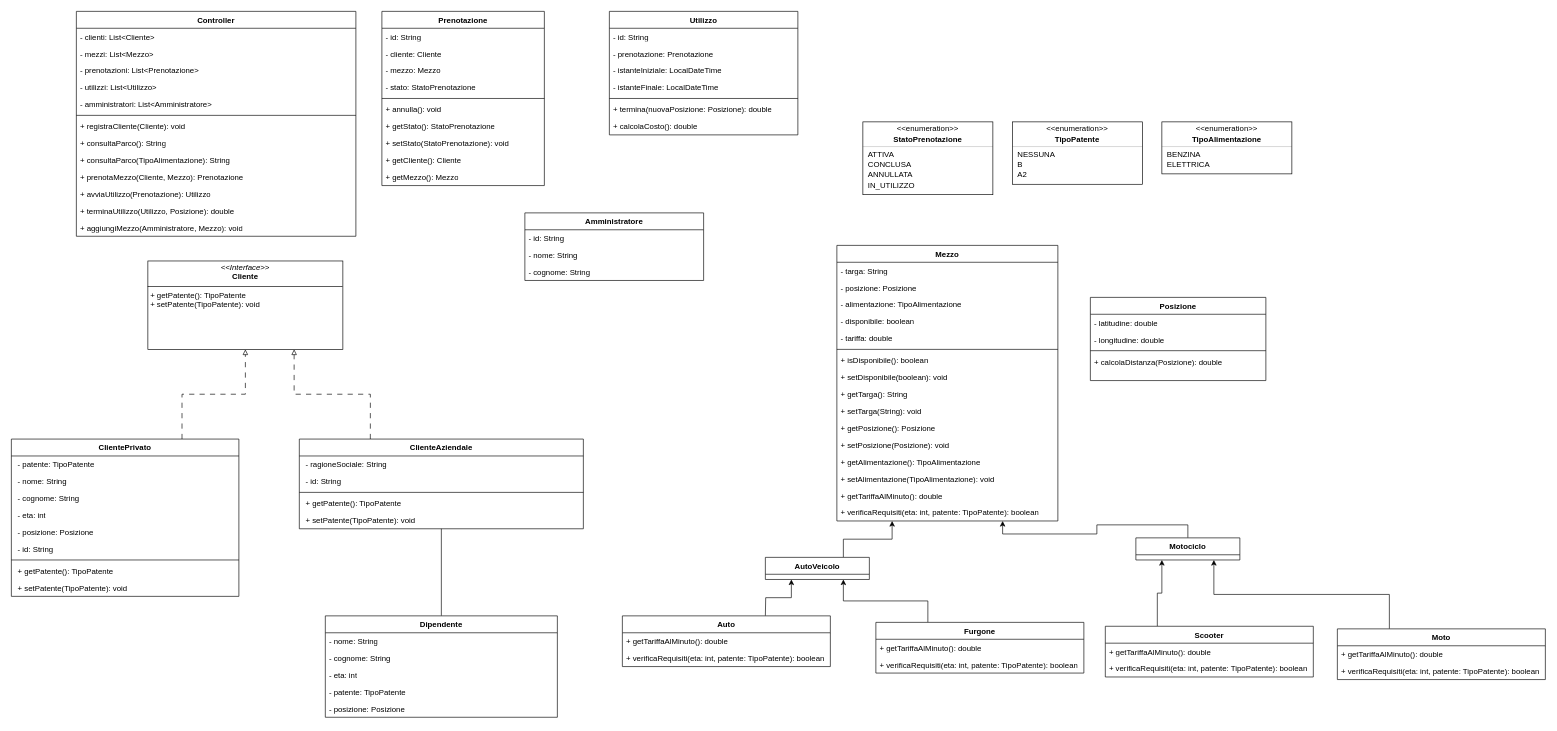
Earlier version of the draw.io diagram docs/sorgenti/ProgettoBikar.drawio (mattiaviola/ProgettoBikar). Source tidied: cells renumbered, new cells numbered last; positions are measured from the earlier drawing's top-left corner, leaving out a move shared by most shapes. Both pictures are drawn from the tidied source at 65%, with x=0, y=0 at pixel (11, 11).
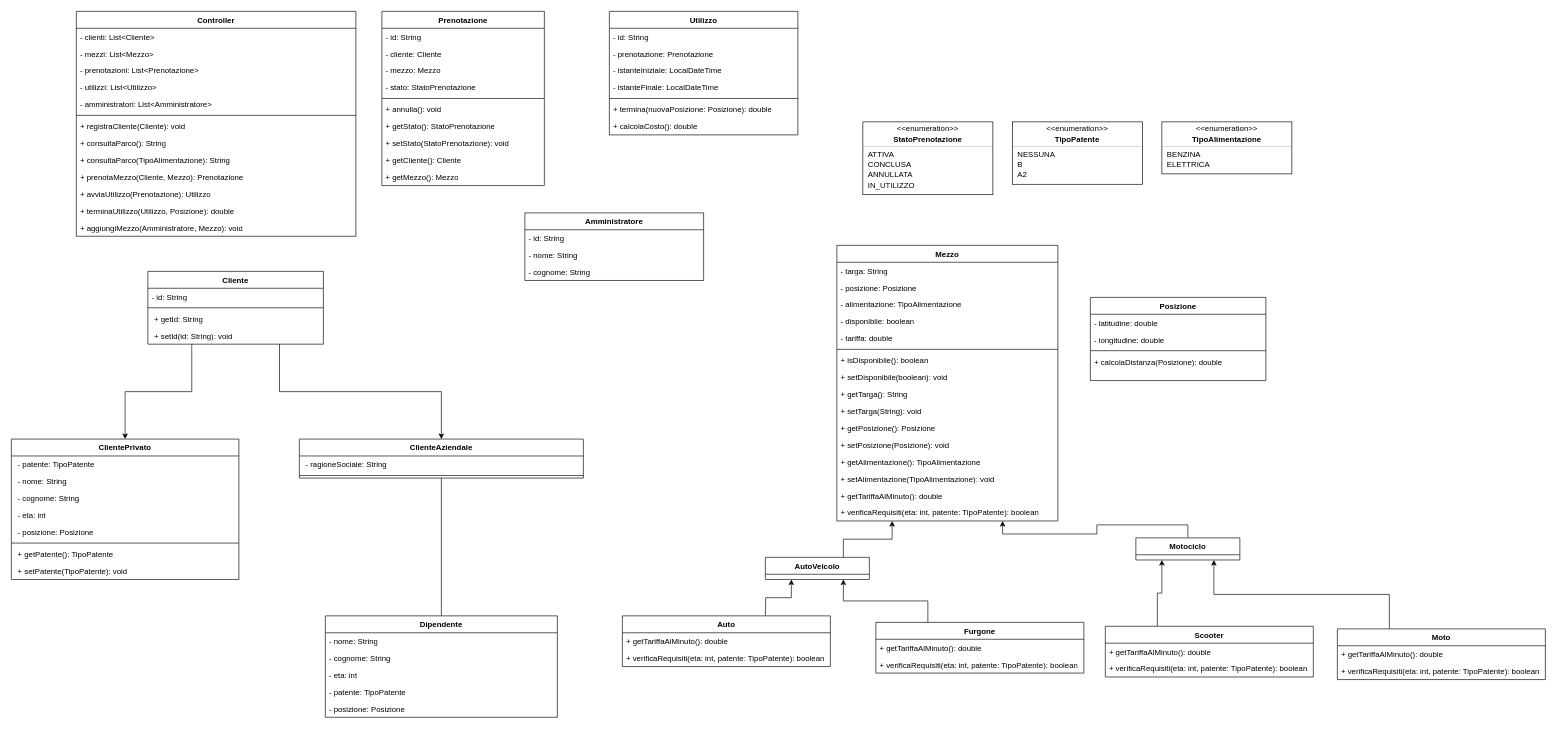
Above is the later version.

Commit message (it also covers changes not shown here):
SPRINT 2 - DIAGRAMMA DELLE CLASSI: modifica alla parte dei clienti. Rimossa interface Cliente, diventa classe astratta.

What changed in the source:
```diff
@@
-    <mxCell id="55" value="&lt;p style=&quot;margin:0px;margin-top:4px;text-align:center;&quot;&gt;&lt;i&gt;&amp;lt;&amp;lt;Interface&amp;gt;&amp;gt;&lt;/i&gt;&lt;br&gt;&lt;b&gt;Cliente&lt;/b&gt;&lt;/p&gt;&lt;hr size=&quot;1&quot; style=&quot;border-style:solid;&quot;&gt;&lt;p style=&quot;margin:0px;margin-left:4px;&quot;&gt;&lt;span style=&quot;background-color: transparent; color: light-dark(#000000, var(--ge-light-color, #ffffff));&quot;&gt;+ getPatente(): TipoPatente&lt;/span&gt;&lt;/p&gt;&lt;p style=&quot;margin:0px;margin-left:4px;&quot;&gt;+ setPatente(TipoPatente): void&lt;/p&gt;" style="verticalAlign=top;align=left;overflow=fill;html=1;whiteSpace=wrap;" parent="1" vertex="1">
-      <mxGeometry x="210" y="384" width="300" height="136" as="geometry" />
-    </mxCell>
-    <mxCell id="56" style="edgeStyle=orthogonalEdgeStyle;rounded=0;jettySize=auto;html=1;exitX=0.75;exitY=0;exitDx=0;exitDy=0;defaultLabelBackgroundColor=page;labelPadding=0 4;dashed=1;dashPattern=8 8;endArrow=block;endFill=0;" parent="1" edge="1" source="57" target="55">
-      <mxGeometry relative="1" as="geometry" />
-    </mxCell>
     <mxCell id="57" value="ClientePrivato" style="swimlane;fontStyle=1;align=center;verticalAlign=top;horizontal=1;startSize=26;whiteSpace=wrap;html=1;" parent="1" vertex="1">
-      <mxGeometry y="658" width="350" height="242" as="geometry" />
+      <mxGeometry y="658" width="350" height="216" as="geometry" />
     </mxCell>
@@
-    <mxCell id="63" value="&lt;p style=&quot;margin: 0px 0px 0px 4px;&quot;&gt;- id: String&lt;/p&gt;" style="text;strokeColor=none;fillColor=none;align=left;verticalAlign=top;spacingLeft=4;spacingRight=4;overflow=hidden;whiteSpace=wrap;html=1;" parent="57" vertex="1">
-      <mxGeometry y="156" width="350" height="26" as="geometry" />
-    </mxCell>
     <mxCell id="64" style="line;strokeWidth=1;fillColor=none;align=left;verticalAlign=middle;spacingTop=-1;spacingLeft=3;spacingRight=3;labelPosition=right;strokeColor=inherit;labelPerimeter=1;" parent="57" vertex="1">
-      <mxGeometry y="182" width="350" height="8" as="geometry" />
+      <mxGeometry y="156" width="350" height="8" as="geometry" />
     </mxCell>
     <mxCell id="65" value="&lt;p style=&quot;margin: 0px 0px 0px 4px;&quot;&gt;+ getPatente(): TipoPatente&lt;/p&gt;" style="text;strokeColor=none;fillColor=none;align=left;verticalAlign=top;spacingLeft=4;spacingRight=4;overflow=hidden;whiteSpace=wrap;html=1;" parent="57" vertex="1">
-      <mxGeometry y="190" width="350" height="26" as="geometry" />
+      <mxGeometry y="164" width="350" height="26" as="geometry" />
     </mxCell>
     <mxCell id="66" value="&lt;p style=&quot;margin: 0px 0px 0px 4px;&quot;&gt;+ setPatente(TipoPatente): void&lt;/p&gt;" style="text;strokeColor=none;fillColor=none;align=left;verticalAlign=top;spacingLeft=4;spacingRight=4;overflow=hidden;whiteSpace=wrap;html=1;" parent="57" vertex="1">
-      <mxGeometry y="216" width="350" height="26" as="geometry" />
+      <mxGeometry y="190" width="350" height="26" as="geometry" />
     </mxCell>
-    <mxCell id="67" style="edgeStyle=orthogonalEdgeStyle;rounded=0;jettySize=auto;html=1;exitX=0.25;exitY=0;exitDx=0;exitDy=0;defaultLabelBackgroundColor=page;labelPadding=0 4;entryX=0.75;entryY=1;entryDx=0;entryDy=0;dashed=1;dashPattern=8 8;endArrow=block;endFill=0;" parent="1" edge="1" source="69" target="55">
-      <mxGeometry relative="1" as="geometry" />
-    </mxCell>
@@
     <mxCell id="69" value="ClienteAziendale" style="swimlane;fontStyle=1;align=center;verticalAlign=top;horizontal=1;startSize=26;whiteSpace=wrap;html=1;" parent="1" vertex="1">
-      <mxGeometry x="443" y="658" width="437" height="138" as="geometry" />
+      <mxGeometry x="443" y="658" width="437" height="60" as="geometry" />
     </mxCell>
@@
-    <mxCell id="71" value="&lt;p style=&quot;margin: 0px 0px 0px 4px;&quot;&gt;- id: String&lt;/p&gt;" style="text;strokeColor=none;fillColor=none;align=left;verticalAlign=top;spacingLeft=4;spacingRight=4;overflow=hidden;whiteSpace=wrap;html=1;" parent="69" vertex="1">
-      <mxGeometry y="52" width="437" height="26" as="geometry" />
-    </mxCell>
     <mxCell id="72" style="line;strokeWidth=1;fillColor=none;align=left;verticalAlign=middle;spacingTop=-1;spacingLeft=3;spacingRight=3;labelPosition=right;strokeColor=inherit;labelPerimeter=1;" parent="69" vertex="1">
-      <mxGeometry y="78" width="437" height="8" as="geometry" />
+      <mxGeometry y="52" width="437" height="8" as="geometry" />
     </mxCell>
-    <mxCell id="73" value="&lt;p style=&quot;margin: 0px 0px 0px 4px;&quot;&gt;+ getPatente(): TipoPatente&lt;/p&gt;" style="text;strokeColor=none;fillColor=none;align=left;verticalAlign=top;spacingLeft=4;spacingRight=4;overflow=hidden;whiteSpace=wrap;html=1;" parent="69" vertex="1">
-      <mxGeometry y="86" width="437" height="26" as="geometry" />
-    </mxCell>
-    <mxCell id="74" value="&lt;p style=&quot;margin: 0px 0px 0px 4px;&quot;&gt;+ setPatente(TipoPatente): void&lt;/p&gt;" style="text;strokeColor=none;fillColor=none;align=left;verticalAlign=top;spacingLeft=4;spacingRight=4;overflow=hidden;whiteSpace=wrap;html=1;" parent="69" vertex="1">
-      <mxGeometry y="112" width="437" height="26" as="geometry" />
-    </mxCell>
@@
+    <mxCell id="131" style="edgeStyle=orthogonalEdgeStyle;rounded=0;jettySize=auto;html=1;exitX=0.25;exitY=1;exitDx=0;exitDy=0;entryX=0.5;entryY=0;entryDx=0;entryDy=0;defaultLabelBackgroundColor=page;labelPadding=0 4;" parent="1" edge="1" source="133" target="57">
+      <mxGeometry relative="1" as="geometry" />
+    </mxCell>
+    <mxCell id="132" style="edgeStyle=orthogonalEdgeStyle;rounded=0;jettySize=auto;html=1;exitX=0.75;exitY=1;exitDx=0;exitDy=0;entryX=0.5;entryY=0;entryDx=0;entryDy=0;defaultLabelBackgroundColor=page;labelPadding=0 4;" parent="1" edge="1" source="133" target="69">
+      <mxGeometry relative="1" as="geometry" />
+    </mxCell>
+    <mxCell id="133" value="Cliente" style="swimlane;fontStyle=1;align=center;verticalAlign=top;horizontal=1;startSize=26;whiteSpace=wrap;html=1;" parent="1" vertex="1">
+      <mxGeometry x="210" y="400" width="270" height="112" as="geometry" />
+    </mxCell>
+    <mxCell id="134" value="- id: String" style="text;strokeColor=none;fillColor=none;align=left;verticalAlign=top;spacingLeft=4;spacingRight=4;overflow=hidden;whiteSpace=wrap;html=1;" parent="133" vertex="1">
+      <mxGeometry y="26" width="270" height="26" as="geometry" />
+    </mxCell>
+    <mxCell id="135" style="line;strokeWidth=1;fillColor=none;align=left;verticalAlign=middle;spacingTop=-1;spacingLeft=3;spacingRight=3;labelPosition=right;strokeColor=inherit;labelPerimeter=1;" parent="133" vertex="1">
+      <mxGeometry y="52" width="270" height="8" as="geometry" />
+    </mxCell>
+    <mxCell id="136" value="&lt;p style=&quot;margin: 0px 0px 0px 4px;&quot;&gt;+ getId: String&lt;/p&gt;" style="text;strokeColor=none;fillColor=none;align=left;verticalAlign=top;spacingLeft=4;spacingRight=4;overflow=hidden;whiteSpace=wrap;html=1;" parent="133" vertex="1">
+      <mxGeometry y="60" width="270" height="26" as="geometry" />
+    </mxCell>
+    <mxCell id="137" value="&lt;p style=&quot;margin: 0px 0px 0px 4px;&quot;&gt;+ setId(id: String): void&lt;/p&gt;" style="text;strokeColor=none;fillColor=none;align=left;verticalAlign=top;spacingLeft=4;spacingRight=4;overflow=hidden;whiteSpace=wrap;html=1;" parent="133" vertex="1">
+      <mxGeometry y="86" width="270" height="26" as="geometry" />
+    </mxCell>
```
